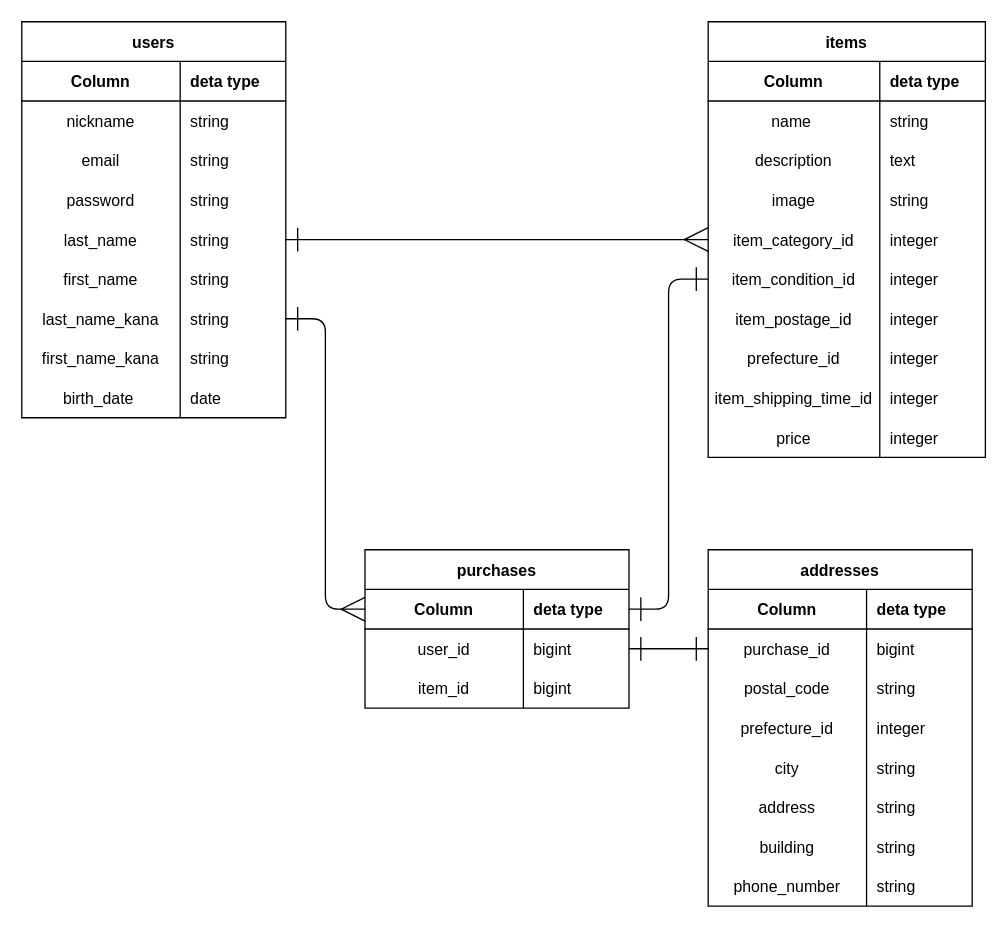
Before: ER.dio in Taninokuchi-Y/furima-41761, a draw.io diagram. Source tidied: cells renumbered, new cells numbered last; positions are measured from the earlier drawing's top-left corner, leaving out a move shared by most shapes. Both pictures are drawn from the tidied source at 132%, with x=0, y=0 at pixel (21, 21).
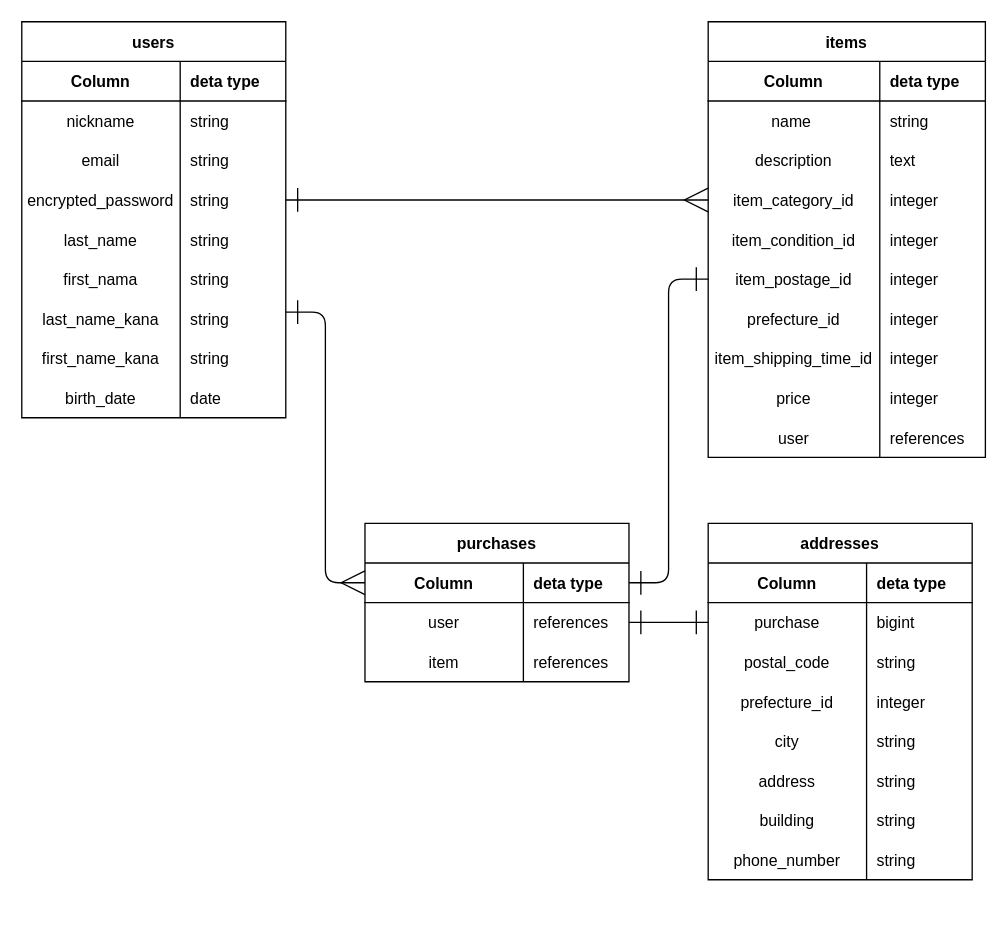
The same diagram, later.

The change refers to these unchanged cells:
```xml
<mxCell id="12" style="shape=tableRow;horizontal=0;startSize=0;swimlaneHead=0;swimlaneBody=0;fillColor=none;points=[[0,0.5],[1,0.5]];portConstraint=eastwest;top=0;left=0;right=0;bottom=0;" parent="2" vertex="1">
  <mxGeometry y="120" width="200" height="30" as="geometry" />
</mxCell>
<mxCell id="15" style="shape=tableRow;horizontal=0;startSize=0;swimlaneHead=0;swimlaneBody=0;fillColor=none;points=[[0,0.5],[1,0.5]];portConstraint=eastwest;top=0;left=0;right=0;bottom=0;" parent="2" vertex="1">
  <mxGeometry y="150" width="200" height="30" as="geometry" />
</mxCell>
<mxCell id="18" style="shape=tableRow;horizontal=0;startSize=0;swimlaneHead=0;swimlaneBody=0;fillColor=none;top=0;left=0;right=0;bottom=0;" parent="2" vertex="1">
  <mxGeometry y="180" width="200" height="30" as="geometry" />
</mxCell>
<mxCell id="21" style="shape=tableRow;horizontal=0;startSize=0;swimlaneHead=0;swimlaneBody=0;fillColor=none;points=[[0,0.5],[1,0.5]];portConstraint=eastwest;top=0;left=0;right=0;bottom=0;" parent="2" vertex="1">
  <mxGeometry y="210" width="200" height="30" as="geometry" />
</mxCell>
<mxCell id="27" style="shape=tableRow;horizontal=0;startSize=0;swimlaneHead=0;swimlaneBody=0;fillColor=none;top=0;left=0;right=0;bottom=0;" parent="2" vertex="1">
  <mxGeometry y="270" width="200" height="30" as="geometry" />
</mxCell>
<mxCell id="30" value="items" style="shape=table;startSize=30;childLayout=tableLayout;rowLines=0;fontStyle=1;align=center;verticalAlign=middle;" parent="1" vertex="1">
  <mxGeometry x="520" width="210" height="330" as="geometry" />
</mxCell>
<mxCell id="62" style="shape=tableRow;horizontal=0;startSize=0;swimlaneHead=0;swimlaneBody=0;fillColor=none;points=[[0,0.5],[1,0.5]];portConstraint=eastwest;top=0;left=0;right=0;bottom=1;" parent="61" vertex="1">
  <mxGeometry y="30" width="200" height="30" as="geometry" />
</mxCell>
<mxCell id="65" style="shape=tableRow;horizontal=0;startSize=0;swimlaneHead=0;swimlaneBody=0;fillColor=none;points=[[0,0.5],[1,0.5]];portConstraint=eastwest;top=0;left=0;right=0;bottom=0;" parent="61" vertex="1">
  <mxGeometry y="60" width="200" height="30" as="geometry" />
</mxCell>
<mxCell id="68" style="shape=tableRow;horizontal=0;startSize=0;swimlaneHead=0;swimlaneBody=0;fillColor=none;top=0;left=0;right=0;bottom=0;" parent="61" vertex="1">
  <mxGeometry y="90" width="200" height="30" as="geometry" />
</mxCell>
<mxCell id="76" style="shape=tableRow;horizontal=0;startSize=0;swimlaneHead=0;swimlaneBody=0;fillColor=none;points=[[0,0.5],[1,0.5]];portConstraint=eastwest;top=0;left=0;right=0;bottom=0;" parent="72" vertex="1">
  <mxGeometry y="60" width="200" height="30" as="geometry" />
</mxCell>
```

What changed in the source:
```diff
@@
-    <mxCell id="13" value="password" style="shape=partialRectangle;fillColor=none;top=0;left=0;bottom=0;right=0;overflow=hidden;" parent="12" vertex="1">
+    <mxCell id="13" value="encrypted_password" style="shape=partialRectangle;fillColor=none;top=0;left=0;bottom=0;right=0;overflow=hidden;" parent="12" vertex="1">
       <mxGeometry width="120" height="30" as="geometry" />
     </mxCell>
@@
-    <mxCell id="19" value="first_name" style="shape=partialRectangle;fillColor=none;top=0;left=0;bottom=0;right=0;overflow=hidden;" parent="18" vertex="1">
-      <mxGeometry width="120" height="30" as="geometry" />
-    </mxCell>
+    <mxCell id="100" value="first_nama" style="shape=partialRectangle;fillColor=none;top=0;left=0;bottom=0;right=0;overflow=hidden;" parent="18" vertex="1">
+      <mxGeometry width="120" height="30" as="geometry" />
+    </mxCell>
@@
-    <mxCell id="28" value="birth_date " style="shape=partialRectangle;fillColor=none;top=0;left=0;bottom=0;right=0;overflow=hidden;" parent="27" vertex="1">
+    <mxCell id="28" value="birth_date" style="shape=partialRectangle;fillColor=none;top=0;left=0;bottom=0;right=0;overflow=hidden;" parent="27" vertex="1">
       <mxGeometry width="120" height="30" as="geometry" />
     </mxCell>
@@
-    <mxCell id="40" style="shape=tableRow;horizontal=0;startSize=0;swimlaneHead=0;swimlaneBody=0;fillColor=none;top=0;left=0;right=0;bottom=0;" parent="30" vertex="1">
-      <mxGeometry y="120" width="210" height="30" as="geometry" />
-    </mxCell>
-    <mxCell id="41" value="image" style="shape=partialRectangle;fillColor=none;top=0;left=0;bottom=0;right=0;overflow=hidden;" parent="40" vertex="1">
-      <mxGeometry width="130" height="30" as="geometry" />
-    </mxCell>
-    <mxCell id="42" value="string" style="shape=partialRectangle;fillColor=none;top=0;left=0;bottom=0;right=0;align=left;spacingLeft=6;overflow=hidden;" parent="40" vertex="1">
-      <mxGeometry x="130" width="80" height="30" as="geometry" />
-    </mxCell>
     <mxCell id="43" style="shape=tableRow;horizontal=0;startSize=0;swimlaneHead=0;swimlaneBody=0;fillColor=none;points=[[0,0.5],[1,0.5]];portConstraint=eastwest;top=0;left=0;right=0;bottom=0;" parent="30" vertex="1">
-      <mxGeometry y="150" width="210" height="30" as="geometry" />
+      <mxGeometry y="120" width="210" height="30" as="geometry" />
     </mxCell>
@@
     <mxCell id="46" style="shape=tableRow;horizontal=0;startSize=0;swimlaneHead=0;swimlaneBody=0;fillColor=none;points=[[0,0.5],[1,0.5]];portConstraint=eastwest;top=0;left=0;right=0;bottom=0;" parent="30" vertex="1">
-      <mxGeometry y="180" width="210" height="30" as="geometry" />
+      <mxGeometry y="150" width="210" height="30" as="geometry" />
     </mxCell>
@@
     <mxCell id="49" style="shape=tableRow;horizontal=0;startSize=0;swimlaneHead=0;swimlaneBody=0;fillColor=none;points=[[0,0.5],[1,0.5]];portConstraint=eastwest;top=0;left=0;right=0;bottom=0;" parent="30" vertex="1">
-      <mxGeometry y="210" width="210" height="30" as="geometry" />
+      <mxGeometry y="180" width="210" height="30" as="geometry" />
     </mxCell>
@@
     <mxCell id="52" style="shape=tableRow;horizontal=0;startSize=0;swimlaneHead=0;swimlaneBody=0;fillColor=none;top=0;left=0;right=0;bottom=0;" parent="30" vertex="1">
-      <mxGeometry y="240" width="210" height="30" as="geometry" />
+      <mxGeometry y="210" width="210" height="30" as="geometry" />
     </mxCell>
@@
     <mxCell id="55" style="shape=tableRow;horizontal=0;startSize=0;swimlaneHead=0;swimlaneBody=0;fillColor=none;top=0;left=0;right=0;bottom=0;" parent="30" vertex="1">
-      <mxGeometry y="270" width="210" height="30" as="geometry" />
+      <mxGeometry y="240" width="210" height="30" as="geometry" />
     </mxCell>
@@
     <mxCell id="58" style="shape=tableRow;horizontal=0;startSize=0;swimlaneHead=0;swimlaneBody=0;fillColor=none;top=0;left=0;right=0;bottom=0;" parent="30" vertex="1">
-      <mxGeometry y="300" width="210" height="30" as="geometry" />
+      <mxGeometry y="270" width="210" height="30" as="geometry" />
     </mxCell>
@@
+    <mxCell id="101" style="shape=tableRow;horizontal=0;startSize=0;swimlaneHead=0;swimlaneBody=0;fillColor=none;top=0;left=0;right=0;bottom=0;" parent="30" vertex="1">
+      <mxGeometry y="300" width="210" height="30" as="geometry" />
+    </mxCell>
+    <mxCell id="102" value="user" style="shape=partialRectangle;fillColor=none;top=0;left=0;bottom=0;right=0;overflow=hidden;" parent="101" vertex="1">
+      <mxGeometry width="130" height="30" as="geometry" />
+    </mxCell>
+    <mxCell id="103" value="references" style="shape=partialRectangle;fillColor=none;top=0;left=0;bottom=0;right=0;align=left;spacingLeft=6;overflow=hidden;" parent="101" vertex="1">
+      <mxGeometry x="130" width="80" height="30" as="geometry" />
+    </mxCell>
     <mxCell id="61" value="purchases" style="shape=table;startSize=30;childLayout=tableLayout;rowLines=0;fontStyle=1;align=center;verticalAlign=middle;" parent="1" vertex="1">
-      <mxGeometry x="260" y="400" width="200" height="120" as="geometry" />
+      <mxGeometry x="260" y="380" width="200" height="120" as="geometry" />
     </mxCell>
@@
-    <mxCell id="66" value="user_id" style="shape=partialRectangle;fillColor=none;top=0;left=0;bottom=0;right=0;overflow=hidden;" parent="65" vertex="1">
+    <mxCell id="66" value="user" style="shape=partialRectangle;fillColor=none;top=0;left=0;bottom=0;right=0;overflow=hidden;" parent="65" vertex="1">
       <mxGeometry width="120" height="30" as="geometry" />
     </mxCell>
-    <mxCell id="67" value="bigint" style="shape=partialRectangle;fillColor=none;top=0;left=0;bottom=0;right=0;align=left;spacingLeft=6;overflow=hidden;" parent="65" vertex="1">
+    <mxCell id="67" value="references" style="shape=partialRectangle;fillColor=none;top=0;left=0;bottom=0;right=0;align=left;spacingLeft=6;overflow=hidden;" parent="65" vertex="1">
       <mxGeometry x="120" width="80" height="30" as="geometry" />
     </mxCell>
@@
-    <mxCell id="69" value="item_id" style="shape=partialRectangle;fillColor=none;top=0;left=0;bottom=0;right=0;overflow=hidden;" parent="68" vertex="1">
+    <mxCell id="69" value="item" style="shape=partialRectangle;fillColor=none;top=0;left=0;bottom=0;right=0;overflow=hidden;" parent="68" vertex="1">
       <mxGeometry width="120" height="30" as="geometry" />
     </mxCell>
-    <mxCell id="70" value="bigint" style="shape=partialRectangle;fillColor=none;top=0;left=0;bottom=0;right=0;align=left;spacingLeft=6;overflow=hidden;" parent="68" vertex="1">
+    <mxCell id="70" value="references" style="shape=partialRectangle;fillColor=none;top=0;left=0;bottom=0;right=0;align=left;spacingLeft=6;overflow=hidden;" parent="68" vertex="1">
       <mxGeometry x="120" width="80" height="30" as="geometry" />
     </mxCell>
-    <mxCell id="71" style="edgeStyle=entityRelationEdgeStyle;fontSize=12;html=1;endArrow=ERmany;endFill=0;exitX=1;exitY=0.5;exitDx=0;exitDy=0;strokeWidth=1;endSize=16;entryX=0;entryY=0.5;entryDx=0;entryDy=0;startArrow=ERone;startFill=0;startSize=16;" parent="1" edge="1" source="15" target="43">
+    <mxCell id="71" style="edgeStyle=entityRelationEdgeStyle;fontSize=12;html=1;endArrow=ERmany;endFill=0;exitX=1;exitY=0.5;exitDx=0;exitDy=0;strokeWidth=1;endSize=16;entryX=0;entryY=0.5;entryDx=0;entryDy=0;startArrow=ERone;startFill=0;startSize=16;" parent="1" edge="1" source="12" target="43">
       <mxGeometry relative="1" as="geometry" />
     </mxCell>
     <mxCell id="72" value="addresses" style="shape=table;startSize=30;childLayout=tableLayout;rowLines=0;fontStyle=1;align=center;verticalAlign=middle;" parent="1" vertex="1">
-      <mxGeometry x="520" y="400" width="200" height="270" as="geometry" />
+      <mxGeometry x="520" y="380" width="200" height="270" as="geometry" />
     </mxCell>
@@
-    <mxCell id="77" value="purchase_id" style="shape=partialRectangle;fillColor=none;top=0;left=0;bottom=0;right=0;overflow=hidden;" parent="76" vertex="1">
+    <mxCell id="77" value="purchase" style="shape=partialRectangle;fillColor=none;top=0;left=0;bottom=0;right=0;overflow=hidden;" parent="76" vertex="1">
       <mxGeometry width="120" height="30" as="geometry" />
     </mxCell>
@@
-    <mxCell id="97" style="edgeStyle=entityRelationEdgeStyle;fontSize=12;html=1;endArrow=ERmany;endFill=0;exitX=1;exitY=0.5;exitDx=0;exitDy=0;strokeWidth=1;endSize=16;entryX=0;entryY=0.5;entryDx=0;entryDy=0;startArrow=ERone;startFill=0;startSize=16;" parent="1" edge="1" source="21" target="62">
-      <mxGeometry relative="1" as="geometry" />
+    <mxCell id="97" style="edgeStyle=entityRelationEdgeStyle;fontSize=12;html=1;endArrow=ERmany;endFill=0;exitX=1;exitY=0.5;exitDx=0;exitDy=0;strokeWidth=1;endSize=16;entryX=0;entryY=0.5;entryDx=0;entryDy=0;startArrow=ERone;startFill=0;startSize=16;" parent="1" edge="1" target="62">
+      <mxGeometry relative="1" as="geometry">
+        <mxPoint x="200" y="220" as="sourcePoint" />
+      </mxGeometry>
     </mxCell>
-    <mxCell id="98" style="edgeStyle=entityRelationEdgeStyle;fontSize=12;html=1;endArrow=ERone;endFill=0;exitX=0;exitY=0.5;exitDx=0;exitDy=0;strokeWidth=1;endSize=16;entryX=1;entryY=0.5;entryDx=0;entryDy=0;startArrow=ERone;startFill=0;startSize=16;" parent="1" edge="1" source="46" target="62">
+    <mxCell id="98" style="edgeStyle=entityRelationEdgeStyle;fontSize=12;html=1;endArrow=ERone;endFill=0;exitX=0;exitY=0.5;exitDx=0;exitDy=0;strokeWidth=1;endSize=16;entryX=1;entryY=0.5;entryDx=0;entryDy=0;startArrow=ERone;startFill=0;startSize=16;" parent="1" edge="1" source="49" target="62">
       <mxGeometry relative="1" as="geometry" />
     </mxCell>
```
